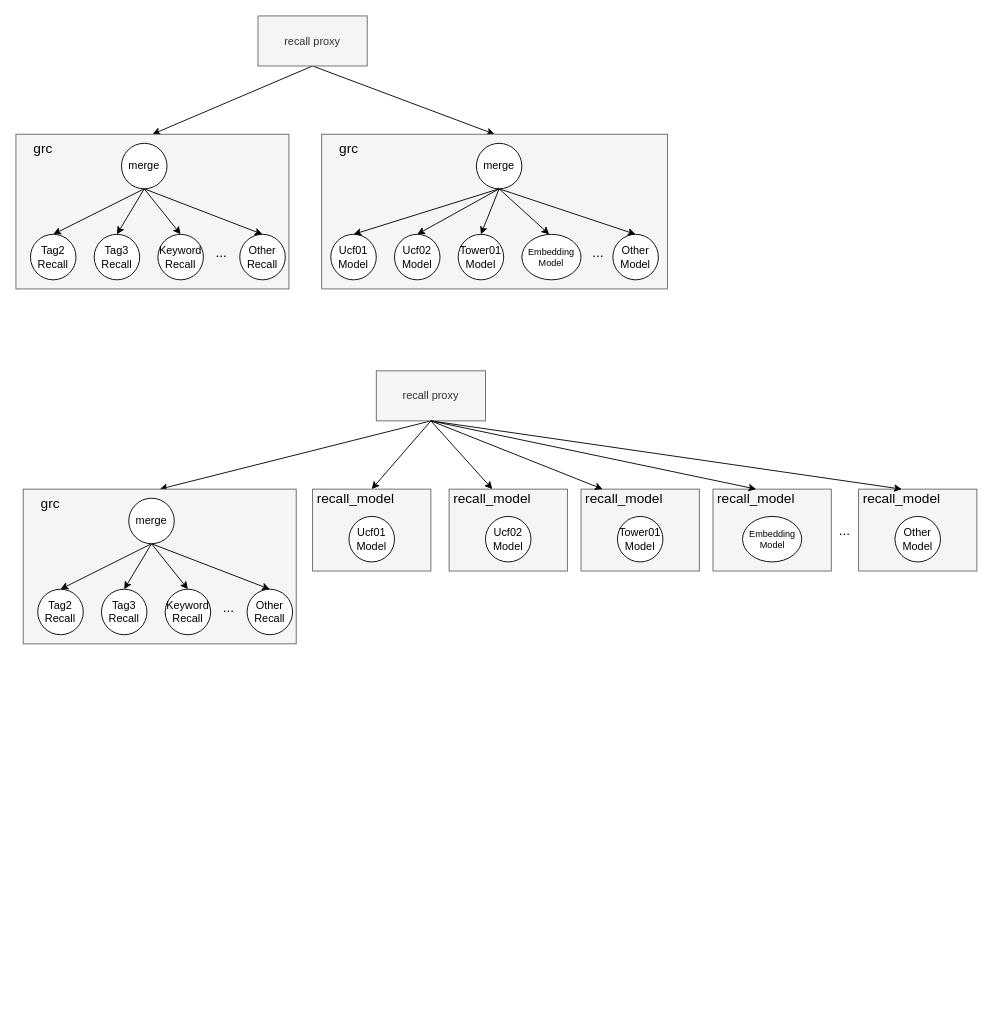
Before: 召回服务架构统一.drawio in yantao006/draw_io, a draw.io diagram. Source tidied: cells renumbered, new cells numbered last; positions are measured from the earlier drawing's top-left corner, leaving out a move shared by most shapes. Both pictures are drawn from the tidied source at 91%, with x=0, y=0 at pixel (15, 15).
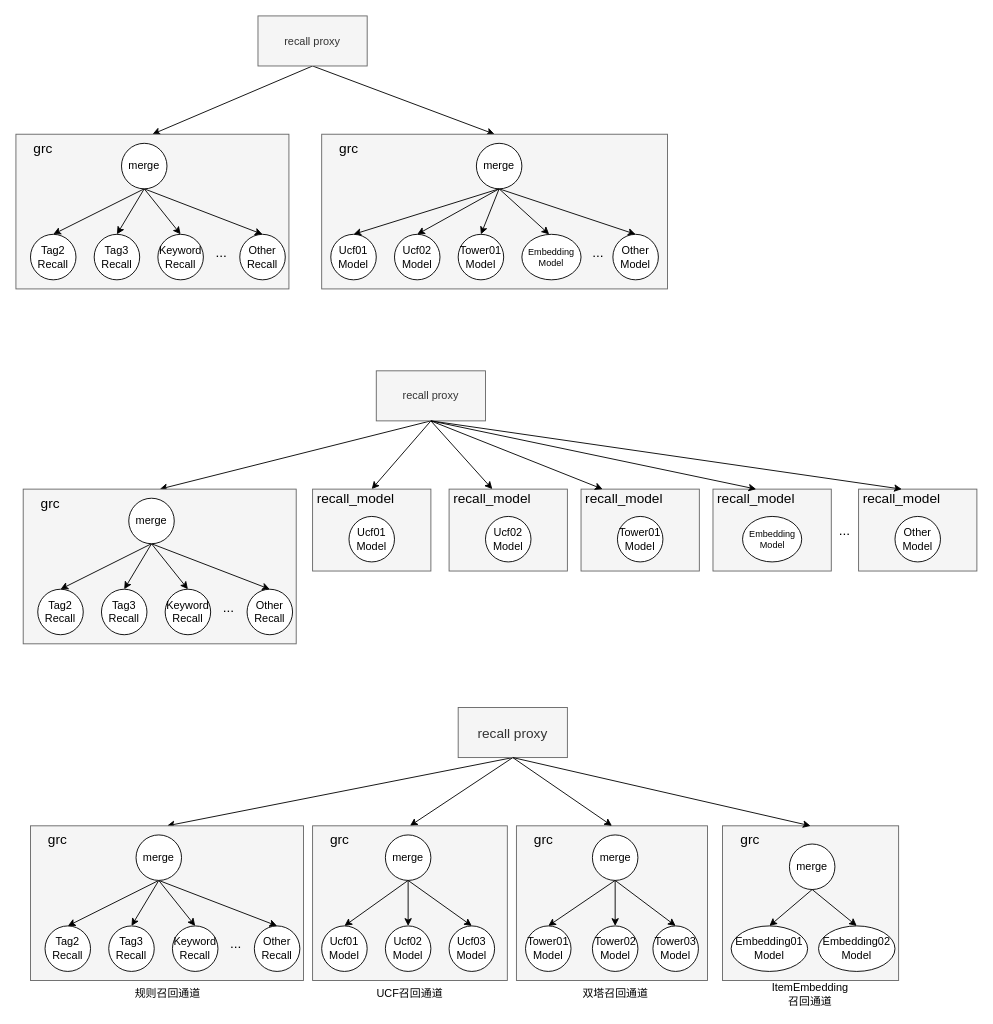
The same page after the edit.

Commit message:
更新召回服务架构统一.drawio

Diff of the diagram source:
```diff
@@
+    <mxCell id="66" style="edgeStyle=none;rounded=0;jettySize=auto;html=1;entryX=0.5;entryY=0;entryDx=0;entryDy=0;exitX=0.5;exitY=1;exitDx=0;exitDy=0;" parent="1" edge="1" source="68" target="69">
+      <mxGeometry relative="1" as="geometry" />
+    </mxCell>
+    <mxCell id="67" style="edgeStyle=none;rounded=0;jettySize=auto;html=1;entryX=0.5;entryY=0;entryDx=0;entryDy=0;exitX=0.5;exitY=1;exitDx=0;exitDy=0;" parent="1" edge="1" source="68" target="79">
+      <mxGeometry relative="1" as="geometry" />
+    </mxCell>
+    <mxCell id="68" value="&lt;font style=&quot;font-size: 15px;&quot;&gt;recall proxy&lt;/font&gt;" style="rounded=0;whiteSpace=wrap;html=1;fillColor=#f5f5f5;fontColor=#333333;strokeColor=#666666;" parent="1" vertex="1">
+      <mxGeometry x="486" y="760" width="120" height="55" as="geometry" />
+    </mxCell>
+    <mxCell id="69" style="rounded=0;whiteSpace=wrap;html=1;fillColor=#f5f5f5;fontColor=#333333;strokeColor=#666666;" parent="1" vertex="1">
+      <mxGeometry x="16" y="890" width="300" height="170" as="geometry" />
+    </mxCell>
+    <mxCell id="70" style="edgeStyle=none;rounded=0;jettySize=auto;html=1;exitX=0.5;exitY=1;exitDx=0;exitDy=0;entryX=0.5;entryY=0;entryDx=0;entryDy=0;" parent="1" edge="1" source="74" target="75">
+      <mxGeometry relative="1" as="geometry" />
+    </mxCell>
+    <mxCell id="71" style="edgeStyle=none;rounded=0;jettySize=auto;html=1;exitX=0.5;exitY=1;exitDx=0;exitDy=0;entryX=0.5;entryY=0;entryDx=0;entryDy=0;" parent="1" edge="1" source="74" target="76">
+      <mxGeometry relative="1" as="geometry" />
+    </mxCell>
+    <mxCell id="72" style="edgeStyle=none;rounded=0;jettySize=auto;html=1;exitX=0.5;exitY=1;exitDx=0;exitDy=0;entryX=0.5;entryY=0;entryDx=0;entryDy=0;" parent="1" edge="1" source="74" target="77">
+      <mxGeometry relative="1" as="geometry" />
+    </mxCell>
+    <mxCell id="73" style="edgeStyle=none;rounded=0;jettySize=auto;html=1;exitX=0.5;exitY=1;exitDx=0;exitDy=0;entryX=0.5;entryY=0;entryDx=0;entryDy=0;" parent="1" edge="1" source="74" target="78">
+      <mxGeometry relative="1" as="geometry" />
+    </mxCell>
+    <mxCell id="74" value="merge" style="ellipse;whiteSpace=wrap;html=1;" parent="1" vertex="1">
+      <mxGeometry x="132" y="900" width="50" height="50" as="geometry" />
+    </mxCell>
+    <mxCell id="75" value="Tag2&lt;br&gt;Recall" style="ellipse;whiteSpace=wrap;html=1;" parent="1" vertex="1">
+      <mxGeometry x="32" y="1000" width="50" height="50" as="geometry" />
+    </mxCell>
+    <mxCell id="76" value="Tag3&lt;br&gt;Recall" style="ellipse;whiteSpace=wrap;html=1;" parent="1" vertex="1">
+      <mxGeometry x="102" y="1000" width="50" height="50" as="geometry" />
+    </mxCell>
+    <mxCell id="77" value="Keyword&lt;br&gt;Recall" style="ellipse;whiteSpace=wrap;html=1;" parent="1" vertex="1">
+      <mxGeometry x="172" y="1000" width="50" height="50" as="geometry" />
+    </mxCell>
+    <mxCell id="78" value="Other&lt;br&gt;Recall" style="ellipse;whiteSpace=wrap;html=1;" parent="1" vertex="1">
+      <mxGeometry x="262" y="1000" width="50" height="50" as="geometry" />
+    </mxCell>
+    <mxCell id="79" style="rounded=0;whiteSpace=wrap;html=1;fillColor=#f5f5f5;fontColor=#333333;strokeColor=#666666;" parent="1" vertex="1">
+      <mxGeometry x="326" y="890" width="214" height="170" as="geometry" />
+    </mxCell>
+    <mxCell id="80" style="edgeStyle=none;rounded=0;jettySize=auto;html=1;exitX=0.5;exitY=1;exitDx=0;exitDy=0;entryX=0.5;entryY=0;entryDx=0;entryDy=0;" parent="1" edge="1" source="82" target="84">
+      <mxGeometry relative="1" as="geometry" />
+    </mxCell>
+    <mxCell id="81" style="edgeStyle=none;rounded=0;jettySize=auto;html=1;exitX=0.5;exitY=1;exitDx=0;exitDy=0;entryX=0.5;entryY=0;entryDx=0;entryDy=0;" parent="1" edge="1" source="82" target="83">
+      <mxGeometry relative="1" as="geometry" />
+    </mxCell>
+    <mxCell id="82" value="merge" style="ellipse;whiteSpace=wrap;html=1;" parent="1" vertex="1">
+      <mxGeometry x="406" y="900" width="50" height="50" as="geometry" />
+    </mxCell>
+    <mxCell id="83" value="Ucf03&lt;br&gt;Model" style="ellipse;whiteSpace=wrap;html=1;" parent="1" vertex="1">
+      <mxGeometry x="476" y="1000" width="50" height="50" as="geometry" />
+    </mxCell>
+    <mxCell id="84" value="Ucf01&lt;br&gt;Model" style="ellipse;whiteSpace=wrap;html=1;" parent="1" vertex="1">
+      <mxGeometry x="336" y="1000" width="50" height="50" as="geometry" />
+    </mxCell>
+    <mxCell id="85" value="Ucf02&lt;br&gt;Model" style="ellipse;whiteSpace=wrap;html=1;" parent="1" vertex="1">
+      <mxGeometry x="406" y="1000" width="50" height="50" as="geometry" />
+    </mxCell>
+    <mxCell id="86" style="edgeStyle=none;rounded=0;jettySize=auto;html=1;exitX=0.5;exitY=1;exitDx=0;exitDy=0;entryX=0.5;entryY=0;entryDx=0;entryDy=0;" parent="1" edge="1" source="82" target="85">
+      <mxGeometry relative="1" as="geometry" />
+    </mxCell>
+    <mxCell id="87" value="&lt;font style=&quot;font-size: 15px;&quot;&gt;...&lt;/font&gt;" style="text;html=1;strokeColor=none;fillColor=none;align=center;verticalAlign=middle;whiteSpace=wrap;rounded=0;" parent="1" vertex="1">
+      <mxGeometry x="212" y="1004" width="60" height="30" as="geometry" />
+    </mxCell>
+    <mxCell id="88" value="grc" style="text;html=1;strokeColor=none;fillColor=none;align=center;verticalAlign=middle;whiteSpace=wrap;rounded=0;fontSize=15;" parent="1" vertex="1">
+      <mxGeometry x="16" y="890" width="60" height="30" as="geometry" />
+    </mxCell>
+    <mxCell id="89" value="grc" style="text;html=1;strokeColor=none;fillColor=none;align=center;verticalAlign=middle;whiteSpace=wrap;rounded=0;fontSize=15;" parent="1" vertex="1">
+      <mxGeometry x="326" y="890" width="60" height="30" as="geometry" />
+    </mxCell>
+    <mxCell id="90" style="rounded=0;whiteSpace=wrap;html=1;fillColor=#f5f5f5;fontColor=#333333;strokeColor=#666666;" parent="1" vertex="1">
+      <mxGeometry x="550" y="890" width="210" height="170" as="geometry" />
+    </mxCell>
+    <mxCell id="91" style="edgeStyle=none;rounded=0;jettySize=auto;html=1;exitX=0.5;exitY=1;exitDx=0;exitDy=0;entryX=0.5;entryY=0;entryDx=0;entryDy=0;" parent="1" edge="1" source="93" target="95">
+      <mxGeometry relative="1" as="geometry" />
+    </mxCell>
+    <mxCell id="92" style="edgeStyle=none;rounded=0;jettySize=auto;html=1;exitX=0.5;exitY=1;exitDx=0;exitDy=0;entryX=0.5;entryY=0;entryDx=0;entryDy=0;" parent="1" edge="1" source="93" target="94">
+      <mxGeometry relative="1" as="geometry" />
+    </mxCell>
+    <mxCell id="93" value="merge" style="ellipse;whiteSpace=wrap;html=1;" parent="1" vertex="1">
+      <mxGeometry x="633.5" y="900" width="50" height="50" as="geometry" />
+    </mxCell>
+    <mxCell id="94" value="Tower03&lt;br&gt;Model" style="ellipse;whiteSpace=wrap;html=1;" parent="1" vertex="1">
+      <mxGeometry x="700" y="1000" width="50" height="50" as="geometry" />
+    </mxCell>
+    <mxCell id="95" value="Tower01&lt;br&gt;Model" style="ellipse;whiteSpace=wrap;html=1;" parent="1" vertex="1">
+      <mxGeometry x="560" y="1000" width="50" height="50" as="geometry" />
+    </mxCell>
+    <mxCell id="96" style="edgeStyle=none;rounded=0;jettySize=auto;html=1;exitX=0.5;exitY=1;exitDx=0;exitDy=0;entryX=0.5;entryY=0;entryDx=0;entryDy=0;" parent="1" edge="1" source="93" target="98">
+      <mxGeometry relative="1" as="geometry" />
+    </mxCell>
+    <mxCell id="97" value="grc" style="text;html=1;strokeColor=none;fillColor=none;align=center;verticalAlign=middle;whiteSpace=wrap;rounded=0;fontSize=15;" parent="1" vertex="1">
+      <mxGeometry x="550" y="890" width="60" height="30" as="geometry" />
+    </mxCell>
+    <mxCell id="98" value="Tower02&lt;br&gt;Model" style="ellipse;whiteSpace=wrap;html=1;" parent="1" vertex="1">
+      <mxGeometry x="633.5" y="1000" width="50" height="50" as="geometry" />
+    </mxCell>
+    <mxCell id="99" style="edgeStyle=none;rounded=0;jettySize=auto;html=1;entryX=0.5;entryY=0;entryDx=0;entryDy=0;exitX=0.5;exitY=1;exitDx=0;exitDy=0;" parent="1" edge="1" source="68" target="90">
+      <mxGeometry relative="1" as="geometry" />
+    </mxCell>
+    <mxCell id="100" style="rounded=0;whiteSpace=wrap;html=1;fillColor=#f5f5f5;fontColor=#333333;strokeColor=#666666;" parent="1" vertex="1">
+      <mxGeometry x="776.5" y="890" width="193.5" height="170" as="geometry" />
+    </mxCell>
+    <mxCell id="101" style="edgeStyle=none;rounded=0;jettySize=auto;html=1;exitX=0.5;exitY=1;exitDx=0;exitDy=0;entryX=0.5;entryY=0;entryDx=0;entryDy=0;" parent="1" edge="1" source="102" target="106">
+      <mxGeometry relative="1" as="geometry" />
+    </mxCell>
+    <mxCell id="102" value="merge" style="ellipse;whiteSpace=wrap;html=1;" parent="1" vertex="1">
+      <mxGeometry x="850" y="910" width="50" height="50" as="geometry" />
+    </mxCell>
+    <mxCell id="103" style="edgeStyle=none;rounded=0;jettySize=auto;html=1;exitX=0.5;exitY=1;exitDx=0;exitDy=0;entryX=0.5;entryY=0;entryDx=0;entryDy=0;" parent="1" edge="1" source="102" target="107">
+      <mxGeometry relative="1" as="geometry" />
+    </mxCell>
+    <mxCell id="104" value="grc" style="text;html=1;strokeColor=none;fillColor=none;align=center;verticalAlign=middle;whiteSpace=wrap;rounded=0;fontSize=15;" parent="1" vertex="1">
+      <mxGeometry x="776.5" y="890" width="60" height="30" as="geometry" />
+    </mxCell>
+    <mxCell id="105" style="edgeStyle=none;rounded=0;jettySize=auto;html=1;entryX=0.5;entryY=0;entryDx=0;entryDy=0;exitX=0.5;exitY=1;exitDx=0;exitDy=0;" parent="1" edge="1" source="68" target="100">
+      <mxGeometry relative="1" as="geometry" />
+    </mxCell>
+    <mxCell id="106" value="Embedding01&lt;br&gt;Model" style="ellipse;whiteSpace=wrap;html=1;" parent="1" vertex="1">
+      <mxGeometry x="786" y="1000" width="84" height="50" as="geometry" />
+    </mxCell>
+    <mxCell id="107" value="Embedding02&lt;br&gt;Model" style="ellipse;whiteSpace=wrap;html=1;" parent="1" vertex="1">
+      <mxGeometry x="882" y="1000" width="84" height="50" as="geometry" />
+    </mxCell>
+    <mxCell id="108" value="规则召回通道" style="text;html=1;strokeColor=none;fillColor=none;align=center;verticalAlign=middle;whiteSpace=wrap;rounded=0;" parent="1" vertex="1">
+      <mxGeometry x="124" y="1060" width="86" height="30" as="geometry" />
+    </mxCell>
+    <mxCell id="109" value="UCF召回通道" style="text;html=1;strokeColor=none;fillColor=none;align=center;verticalAlign=middle;whiteSpace=wrap;rounded=0;" parent="1" vertex="1">
+      <mxGeometry x="390" y="1060" width="86" height="30" as="geometry" />
+    </mxCell>
+    <mxCell id="110" value="双塔召回通道" style="text;html=1;strokeColor=none;fillColor=none;align=center;verticalAlign=middle;whiteSpace=wrap;rounded=0;" parent="1" vertex="1">
+      <mxGeometry x="615.5" y="1060" width="86" height="30" as="geometry" />
+    </mxCell>
+    <mxCell id="111" value="ItemEmbedding召回通道" style="text;html=1;strokeColor=none;fillColor=none;align=center;verticalAlign=middle;whiteSpace=wrap;rounded=0;" parent="1" vertex="1">
+      <mxGeometry x="830.2" y="1060" width="86" height="30" as="geometry" />
+    </mxCell>
```
